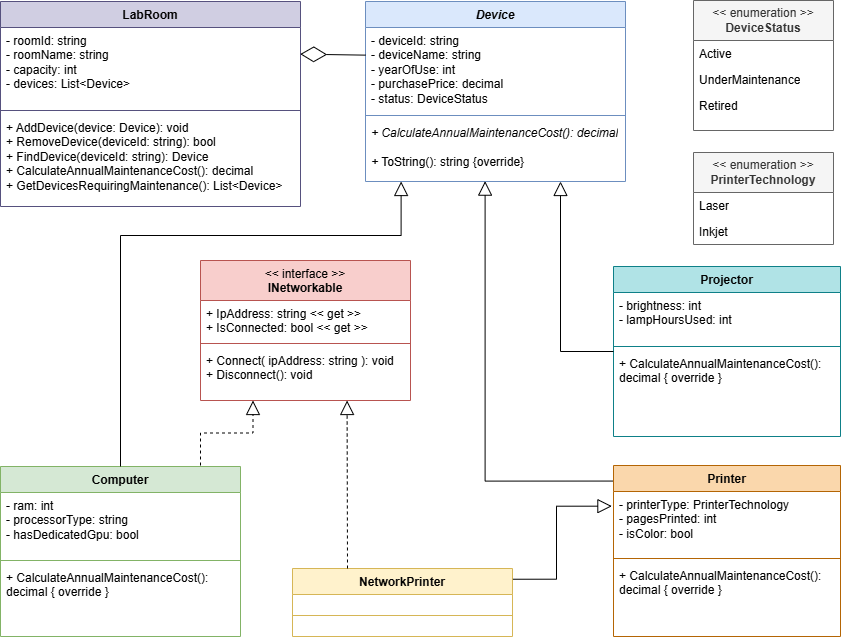
Before: LAB_05/UML/UML.png, a diagram exported from draw.io (Vithx06/OOP_LAB). Source tidied: cells renumbered, new cells last; positions are measured from the earlier drawing's top-left corner, leaving out a move shared by most shapes.
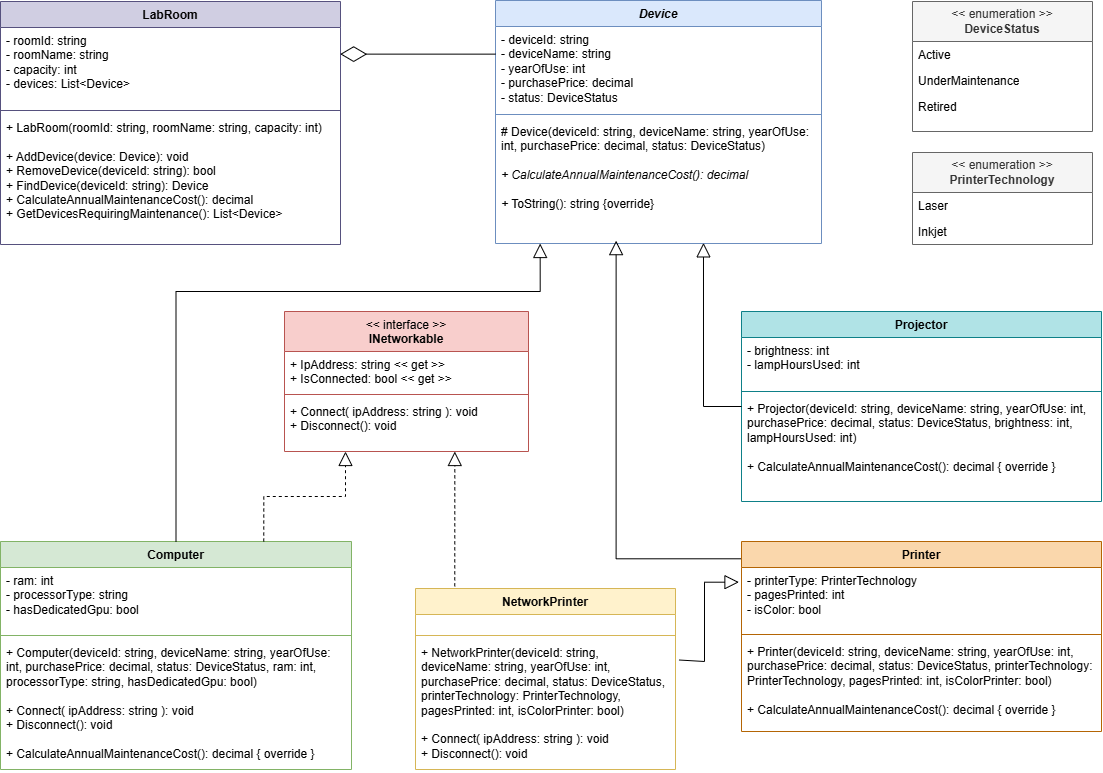
After the change.

Commit message:
Update Computer, LabRoom, Projector classes and UML

Change to the diagram source:
```diff
@@ -3,140 +3,145 @@
     <mxCell id="0" />
     <mxCell id="1" parent="0" />
     <mxCell id="2" value="&lt;i&gt;Device&lt;/i&gt;" style="swimlane;fontStyle=1;align=center;verticalAlign=top;horizontal=1;startSize=26;whiteSpace=wrap;html=1;fillColor=#dae8fc;strokeColor=#6c8ebf;" parent="1" vertex="1">
-      <mxGeometry x="365" y="1" width="260" height="180" as="geometry" />
+      <mxGeometry x="367" y="-76" width="326" height="243" as="geometry" />
     </mxCell>
     <mxCell id="3" value="&lt;div&gt;- deviceId: string&amp;nbsp;&lt;/div&gt;&lt;div&gt;- deviceName: string&amp;nbsp;&lt;/div&gt;&lt;div&gt;- yearOfUse: int&amp;nbsp;&lt;/div&gt;&lt;div&gt;- purchasePrice: decimal&amp;nbsp;&lt;/div&gt;&lt;div&gt;- status: DeviceStatus&amp;nbsp;&lt;/div&gt;" style="text;strokeColor=none;fillColor=none;align=left;verticalAlign=top;spacingLeft=4;spacingRight=4;overflow=hidden;points=[[0,0.5],[1,0.5]];portConstraint=eastwest;whiteSpace=wrap;html=1;" parent="2" vertex="1">
-      <mxGeometry y="26" width="260" height="84" as="geometry" />
+      <mxGeometry y="26" width="326" height="84" as="geometry" />
     </mxCell>
     <mxCell id="4" style="line;strokeWidth=1;fillColor=none;align=left;verticalAlign=middle;spacingTop=-1;spacingLeft=3;spacingRight=3;labelPosition=right;strokeColor=inherit;" parent="2" vertex="1">
-      <mxGeometry y="110" width="260" height="8" as="geometry" />
+      <mxGeometry y="110" width="326" height="8" as="geometry" />
     </mxCell>
-    <mxCell id="5" value="&lt;i&gt;+ CalculateAnnualMaintenanceCost(): decimal&lt;/i&gt;&lt;div&gt;&lt;i&gt;&lt;br&gt;&lt;/i&gt;&lt;/div&gt;&lt;div&gt;&lt;i&gt;+ &lt;/i&gt;ToString(): string {override}&lt;/div&gt;" style="text;strokeColor=none;fillColor=none;align=left;verticalAlign=top;spacingLeft=4;spacingRight=4;overflow=hidden;points=[[0,0.5],[1,0.5]];portConstraint=eastwest;whiteSpace=wrap;html=1;" parent="2" vertex="1">
-      <mxGeometry y="118" width="260" height="62" as="geometry" />
+    <mxCell id="5" value="&lt;div&gt;# Device(deviceId: string, deviceName: string, yearOfUse: int, purchasePrice: decimal, status: DeviceStatus)&lt;/div&gt;&lt;div&gt;&lt;i&gt;&lt;br&gt;&lt;/i&gt;&lt;/div&gt;&lt;i&gt;+ CalculateAnnualMaintenanceCost(): decimal&lt;/i&gt;&lt;div&gt;&lt;i&gt;&lt;br&gt;&lt;/i&gt;&lt;/div&gt;&lt;div&gt;&lt;i&gt;+ &lt;/i&gt;ToString(): string {override}&lt;/div&gt;" style="text;strokeColor=none;fillColor=none;align=left;verticalAlign=top;spacingLeft=4;spacingRight=4;overflow=hidden;points=[[0,0.5],[1,0.5]];portConstraint=eastwest;whiteSpace=wrap;html=1;" parent="2" vertex="1">
+      <mxGeometry y="118" width="326" height="125" as="geometry" />
     </mxCell>
     <mxCell id="6" value="&lt;div&gt;&amp;lt;&amp;lt; enumeration &amp;gt;&amp;gt;&lt;/div&gt;&lt;div&gt;&lt;b&gt;DeviceStatus&lt;/b&gt;&lt;/div&gt;" style="swimlane;fontStyle=0;horizontal=1;startSize=40;fillColor=#f5f5f5;whiteSpace=wrap;html=1;fontColor=#333333;strokeColor=#666666;" parent="1" vertex="1">
-      <mxGeometry x="693" width="140" height="130" as="geometry" />
+      <mxGeometry x="784" y="-75" width="180" height="130" as="geometry" />
     </mxCell>
     <mxCell id="7" value="Active" style="text;strokeColor=none;fillColor=none;align=left;verticalAlign=top;spacingLeft=4;spacingRight=4;overflow=hidden;whiteSpace=wrap;html=1;" parent="6" vertex="1">
-      <mxGeometry y="40" width="140" height="26" as="geometry" />
+      <mxGeometry y="40" width="180" height="26" as="geometry" />
     </mxCell>
     <mxCell id="8" value="UnderMaintenance" style="text;strokeColor=none;fillColor=none;align=left;verticalAlign=top;spacingLeft=4;spacingRight=4;overflow=hidden;whiteSpace=wrap;html=1;" parent="6" vertex="1">
-      <mxGeometry y="66" width="140" height="26" as="geometry" />
+      <mxGeometry y="66" width="180" height="26" as="geometry" />
     </mxCell>
     <mxCell id="9" value="Retired" style="text;strokeColor=none;fillColor=none;align=left;verticalAlign=top;spacingLeft=4;spacingRight=4;overflow=hidden;whiteSpace=wrap;html=1;" parent="6" vertex="1">
-      <mxGeometry y="92" width="140" height="38" as="geometry" />
+      <mxGeometry y="92" width="180" height="38" as="geometry" />
     </mxCell>
     <mxCell id="10" value="Computer" style="swimlane;fontStyle=1;align=center;verticalAlign=top;horizontal=1;startSize=26;whiteSpace=wrap;html=1;fillColor=#d5e8d4;strokeColor=#82b366;" parent="1" vertex="1">
-      <mxGeometry y="466" width="240" height="170" as="geometry" />
+      <mxGeometry x="-128" y="465" width="351" height="228" as="geometry" />
     </mxCell>
     <mxCell id="11" value="&lt;div&gt;- ram: int&amp;nbsp;&lt;/div&gt;&lt;div&gt;- processorType: string&amp;nbsp;&lt;/div&gt;&lt;div&gt;- hasDedicatedGpu: bool&amp;nbsp;&lt;/div&gt;" style="text;strokeColor=none;fillColor=none;align=left;verticalAlign=top;spacingLeft=4;spacingRight=4;overflow=hidden;whiteSpace=wrap;html=1;" parent="10" vertex="1">
-      <mxGeometry y="26" width="240" height="64" as="geometry" />
+      <mxGeometry y="26" width="351" height="64" as="geometry" />
     </mxCell>
     <mxCell id="12" style="line;strokeWidth=1;fillColor=none;align=left;verticalAlign=middle;spacingTop=-1;spacingLeft=3;spacingRight=3;labelPosition=right;strokeColor=inherit;" parent="10" vertex="1">
-      <mxGeometry y="90" width="240" height="8" as="geometry" />
+      <mxGeometry y="90" width="351" height="8" as="geometry" />
     </mxCell>
-    <mxCell id="13" value="+&amp;nbsp;CalculateAnnualMaintenanceCost(): decimal { override }" style="text;strokeColor=none;fillColor=none;align=left;verticalAlign=top;spacingLeft=4;spacingRight=4;overflow=hidden;whiteSpace=wrap;html=1;" parent="10" vertex="1">
-      <mxGeometry y="98" width="240" height="72" as="geometry" />
+    <mxCell id="13" value="&lt;div&gt;+ Computer(deviceId: string, deviceName: string, yearOfUse: int, purchasePrice: decimal, status: DeviceStatus, ram: int, processorType: string, hasDedicatedGpu: bool)&lt;/div&gt;&lt;div&gt;&lt;br&gt;&lt;/div&gt;&lt;div&gt;+ Connect( ipAddress: string ): void&lt;div&gt;+ Disconnect(): void&lt;/div&gt;&lt;/div&gt;&lt;div&gt;&lt;br&gt;&lt;/div&gt;+&amp;nbsp;CalculateAnnualMaintenanceCost(): decimal { override }" style="text;strokeColor=none;fillColor=none;align=left;verticalAlign=top;spacingLeft=4;spacingRight=4;overflow=hidden;whiteSpace=wrap;html=1;" parent="10" vertex="1">
+      <mxGeometry y="98" width="351" height="130" as="geometry" />
     </mxCell>
     <mxCell id="14" value="&lt;div&gt;&amp;lt;&amp;lt; enumeration &amp;gt;&amp;gt;&lt;/div&gt;&lt;div&gt;&lt;b&gt;PrinterTechnology&lt;/b&gt;&lt;/div&gt;" style="swimlane;fontStyle=0;horizontal=1;startSize=40;fillColor=#f5f5f5;whiteSpace=wrap;html=1;fontColor=#333333;strokeColor=#666666;" parent="1" vertex="1">
-      <mxGeometry x="693" y="152" width="140" height="92" as="geometry" />
+      <mxGeometry x="784" y="76" width="180" height="92" as="geometry" />
     </mxCell>
     <mxCell id="15" value="Laser" style="text;strokeColor=none;fillColor=none;align=left;verticalAlign=top;spacingLeft=4;spacingRight=4;overflow=hidden;whiteSpace=wrap;html=1;" parent="14" vertex="1">
-      <mxGeometry y="40" width="140" height="26" as="geometry" />
+      <mxGeometry y="40" width="180" height="26" as="geometry" />
     </mxCell>
     <mxCell id="16" value="Inkjet" style="text;strokeColor=none;fillColor=none;align=left;verticalAlign=top;spacingLeft=4;spacingRight=4;overflow=hidden;whiteSpace=wrap;html=1;" parent="14" vertex="1">
-      <mxGeometry y="66" width="140" height="26" as="geometry" />
+      <mxGeometry y="66" width="180" height="26" as="geometry" />
     </mxCell>
     <mxCell id="17" value="Projector" style="swimlane;fontStyle=1;align=center;verticalAlign=top;horizontal=1;startSize=26;whiteSpace=wrap;html=1;fillColor=#b0e3e6;strokeColor=#0e8088;" parent="1" vertex="1">
-      <mxGeometry x="613" y="266" width="227" height="170" as="geometry" />
+      <mxGeometry x="613" y="235" width="360" height="190" as="geometry" />
     </mxCell>
     <mxCell id="18" value="&lt;div&gt;- brightness: int&lt;/div&gt;&lt;div&gt;- lampHoursUsed: int&lt;/div&gt;" style="text;strokeColor=none;fillColor=none;align=left;verticalAlign=top;spacingLeft=4;spacingRight=4;overflow=hidden;whiteSpace=wrap;html=1;" parent="17" vertex="1">
-      <mxGeometry y="26" width="227" height="50" as="geometry" />
+      <mxGeometry y="26" width="360" height="50" as="geometry" />
     </mxCell>
     <mxCell id="19" style="line;strokeWidth=1;fillColor=none;align=left;verticalAlign=middle;spacingTop=-1;spacingLeft=3;spacingRight=3;labelPosition=right;strokeColor=inherit;" parent="17" vertex="1">
-      <mxGeometry y="76" width="227" height="8" as="geometry" />
+      <mxGeometry y="76" width="360" height="8" as="geometry" />
     </mxCell>
-    <mxCell id="20" value="+ CalculateAnnualMaintenanceCost(): decimal { override }" style="text;strokeColor=none;fillColor=none;align=left;verticalAlign=top;spacingLeft=4;spacingRight=4;overflow=hidden;whiteSpace=wrap;html=1;" parent="17" vertex="1">
-      <mxGeometry y="84" width="227" height="86" as="geometry" />
+    <mxCell id="20" value="&lt;div&gt;+ Projector(deviceId: string, deviceName: string, yearOfUse: int, purchasePrice: decimal, status: DeviceStatus, brightness: int, lampHoursUsed: int)&lt;/div&gt;&lt;div&gt;&lt;br&gt;&lt;/div&gt;+ CalculateAnnualMaintenanceCost(): decimal { override }" style="text;strokeColor=none;fillColor=none;align=left;verticalAlign=top;spacingLeft=4;spacingRight=4;overflow=hidden;whiteSpace=wrap;html=1;" parent="17" vertex="1">
+      <mxGeometry y="84" width="360" height="106" as="geometry" />
     </mxCell>
-    <mxCell id="21" style="endArrow=block;endFill=0;endSize=12;html=1;rounded=0;exitX=0;exitY=0.091;exitDx=0;exitDy=0;entryX=0.46;entryY=0.994;entryDx=0;entryDy=0;entryPerimeter=0;edgeStyle=orthogonalEdgeStyle;exitPerimeter=0;" parent="1" edge="1" source="27" target="5">
-      <mxGeometry x="-0.06" relative="1" as="geometry" />
+    <mxCell id="21" style="endArrow=block;endFill=0;endSize=12;html=1;rounded=0;exitX=0;exitY=0.091;exitDx=0;exitDy=0;edgeStyle=orthogonalEdgeStyle;exitPerimeter=0;" parent="1" edge="1" source="27">
+      <mxGeometry x="-0.07" relative="1" as="geometry">
+        <mxPoint x="487.6" y="164.1" as="targetPoint" />
+        <Array as="points">
+          <mxPoint x="487.6" y="482.3" />
+        </Array>
+      </mxGeometry>
     </mxCell>
     <mxCell id="22" value="LabRoom" style="swimlane;fontStyle=1;align=center;verticalAlign=top;horizontal=1;startSize=26;whiteSpace=wrap;html=1;fillColor=#d0cee2;strokeColor=#56517e;" parent="1" vertex="1">
-      <mxGeometry y="1" width="300" height="205" as="geometry" />
+      <mxGeometry x="-128" y="-75" width="340" height="243" as="geometry" />
     </mxCell>
     <mxCell id="23" value="&lt;div&gt;- roomId: string&amp;nbsp;&lt;/div&gt;&lt;div&gt;- roomName: string&amp;nbsp;&lt;/div&gt;&lt;div&gt;- capacity: int&amp;nbsp;&lt;/div&gt;&lt;div&gt;- devices: List&amp;lt;Device&amp;gt;&amp;nbsp;&lt;/div&gt;" style="text;strokeColor=none;fillColor=none;align=left;verticalAlign=top;spacingLeft=4;spacingRight=4;overflow=hidden;points=[[0,0.5],[1,0.5]];portConstraint=eastwest;whiteSpace=wrap;html=1;" parent="22" vertex="1">
-      <mxGeometry y="26" width="300" height="79" as="geometry" />
+      <mxGeometry y="26" width="340" height="79" as="geometry" />
     </mxCell>
     <mxCell id="24" style="line;strokeWidth=1;fillColor=none;align=left;verticalAlign=middle;spacingTop=-1;spacingLeft=3;spacingRight=3;labelPosition=right;strokeColor=inherit;" parent="22" vertex="1">
-      <mxGeometry y="105" width="300" height="8" as="geometry" />
+      <mxGeometry y="105" width="340" height="8" as="geometry" />
     </mxCell>
-    <mxCell id="25" value="+ AddDevice(device: Device): void&lt;div&gt;+ RemoveDevice(deviceId: string): bool&lt;/div&gt;&lt;div&gt;+ FindDevice(deviceId: string): Device&lt;/div&gt;&lt;div&gt;+ CalculateAnnualMaintenanceCost(): decimal&lt;/div&gt;&lt;div&gt;+ GetDevicesRequiringMaintenance(): List&amp;lt;Device&amp;gt;&lt;/div&gt;" style="text;strokeColor=none;fillColor=none;align=left;verticalAlign=top;spacingLeft=4;spacingRight=4;overflow=hidden;whiteSpace=wrap;html=1;" parent="22" vertex="1">
-      <mxGeometry y="113" width="300" height="92" as="geometry" />
+    <mxCell id="25" value="&lt;div&gt;+ LabRoom(roomId: string, roomName: string, capacity: int)&lt;/div&gt;&lt;div&gt;&lt;br&gt;&lt;/div&gt;+ AddDevice(device: Device): void&lt;div&gt;+ RemoveDevice(deviceId: string): bool&lt;/div&gt;&lt;div&gt;+ FindDevice(deviceId: string): Device&lt;/div&gt;&lt;div&gt;+ CalculateAnnualMaintenanceCost(): decimal&lt;/div&gt;&lt;div&gt;+ GetDevicesRequiringMaintenance(): List&amp;lt;Device&amp;gt;&lt;/div&gt;" style="text;strokeColor=none;fillColor=none;align=left;verticalAlign=top;spacingLeft=4;spacingRight=4;overflow=hidden;whiteSpace=wrap;html=1;" parent="22" vertex="1">
+      <mxGeometry y="113" width="340" height="130" as="geometry" />
     </mxCell>
     <mxCell id="26" style="endArrow=diamondThin;endFill=0;endSize=24;html=1;rounded=0;exitX=0;exitY=0.329;exitDx=0;exitDy=0;entryX=0.999;entryY=0.337;entryDx=0;entryDy=0;exitPerimeter=0;entryPerimeter=0;" parent="1" edge="1" source="3" target="23">
       <mxGeometry relative="1" as="geometry" />
     </mxCell>
     <mxCell id="27" value="Printer" style="swimlane;fontStyle=1;align=center;verticalAlign=top;horizontal=1;startSize=26;whiteSpace=wrap;html=1;fillColor=#fad7ac;strokeColor=#b46504;" parent="1" vertex="1">
-      <mxGeometry x="613" y="465" width="227" height="171" as="geometry" />
+      <mxGeometry x="613" y="465" width="360" height="190" as="geometry" />
     </mxCell>
     <mxCell id="28" value="&lt;div&gt;- printerType: PrinterTechnology&amp;nbsp;&lt;/div&gt;&lt;div&gt;- pagesPrinted: int&amp;nbsp;&lt;/div&gt;&lt;div&gt;- isColor: bool&amp;nbsp;&lt;/div&gt;" style="text;strokeColor=none;fillColor=none;align=left;verticalAlign=top;spacingLeft=4;spacingRight=4;overflow=hidden;points=[[0,0.5],[1,0.5]];portConstraint=eastwest;whiteSpace=wrap;html=1;" parent="27" vertex="1">
-      <mxGeometry y="26" width="227" height="63" as="geometry" />
+      <mxGeometry y="26" width="360" height="63" as="geometry" />
     </mxCell>
     <mxCell id="29" style="line;strokeWidth=1;fillColor=none;align=left;verticalAlign=middle;spacingTop=-1;spacingLeft=3;spacingRight=3;labelPosition=right;strokeColor=inherit;" parent="27" vertex="1">
-      <mxGeometry y="89" width="227" height="8" as="geometry" />
+      <mxGeometry y="89" width="360" height="8" as="geometry" />
     </mxCell>
-    <mxCell id="30" value="+ CalculateAnnualMaintenanceCost(): decimal { override }" style="text;strokeColor=none;fillColor=none;align=left;verticalAlign=top;spacingLeft=4;spacingRight=4;overflow=hidden;whiteSpace=wrap;html=1;" parent="27" vertex="1">
-      <mxGeometry y="97" width="227" height="74" as="geometry" />
+    <mxCell id="30" value="&lt;div&gt;+ Printer(deviceId: string, deviceName: string, yearOfUse: int, purchasePrice: decimal, status: DeviceStatus, printerTechnology: PrinterTechnology, pagesPrinted: int, isColorPrinter: bool)&lt;/div&gt;&lt;div&gt;&lt;br&gt;&lt;/div&gt;+ CalculateAnnualMaintenanceCost(): decimal { override }" style="text;strokeColor=none;fillColor=none;align=left;verticalAlign=top;spacingLeft=4;spacingRight=4;overflow=hidden;whiteSpace=wrap;html=1;" parent="27" vertex="1">
+      <mxGeometry y="97" width="360" height="93" as="geometry" />
     </mxCell>
-    <mxCell id="31" style="endArrow=block;dashed=1;endFill=0;endSize=12;html=1;rounded=0;entryX=0.25;entryY=1;entryDx=0;entryDy=0;edgeStyle=orthogonalEdgeStyle;" parent="1" edge="1" target="32">
-      <mxGeometry x="-0.08" relative="1" as="geometry">
-        <mxPoint x="200" y="465" as="sourcePoint" />
-      </mxGeometry>
+    <mxCell id="31" style="endArrow=block;dashed=1;endFill=0;endSize=12;html=1;rounded=0;entryX=0.25;entryY=1;entryDx=0;entryDy=0;edgeStyle=orthogonalEdgeStyle;exitX=0.75;exitY=0;exitDx=0;exitDy=0;" parent="1" edge="1" source="10" target="32">
+      <mxGeometry x="-0.08" relative="1" as="geometry" />
     </mxCell>
     <mxCell id="32" value="&lt;span style=&quot;font-weight: normal;&quot;&gt;&amp;lt;&amp;lt; interface &amp;gt;&amp;gt;&lt;/span&gt;&lt;div&gt;INetworkable&lt;br&gt;&lt;div&gt;&lt;br&gt;&lt;/div&gt;&lt;/div&gt;" style="swimlane;fontStyle=1;align=center;verticalAlign=top;horizontal=1;startSize=40;whiteSpace=wrap;html=1;fillColor=#f8cecc;strokeColor=#b85450;" parent="1" vertex="1">
-      <mxGeometry x="200" y="260" width="210" height="140" as="geometry" />
+      <mxGeometry x="156" y="235" width="244" height="140" as="geometry" />
     </mxCell>
     <mxCell id="33" value="+ IpAddress: string &amp;lt;&amp;lt; get &amp;gt;&amp;gt;&lt;div&gt;+ IsConnected: bool &amp;lt;&amp;lt; get &amp;gt;&amp;gt;&lt;br&gt;&lt;div&gt;&lt;br&gt;&lt;/div&gt;&lt;/div&gt;" style="text;strokeColor=none;fillColor=none;align=left;verticalAlign=top;spacingLeft=4;spacingRight=4;overflow=hidden;whiteSpace=wrap;html=1;" parent="32" vertex="1">
-      <mxGeometry y="40" width="210" height="39" as="geometry" />
+      <mxGeometry y="40" width="244" height="39" as="geometry" />
     </mxCell>
     <mxCell id="34" style="line;strokeWidth=1;fillColor=none;align=left;verticalAlign=middle;spacingTop=-1;spacingLeft=3;spacingRight=3;labelPosition=right;strokeColor=inherit;" parent="32" vertex="1">
-      <mxGeometry y="79" width="210" height="8" as="geometry" />
+      <mxGeometry y="79" width="244" height="8" as="geometry" />
     </mxCell>
     <mxCell id="35" value="+ Connect( ipAddress: string ): void&lt;div&gt;+ Disconnect(): void&lt;/div&gt;" style="text;strokeColor=none;fillColor=none;align=left;verticalAlign=top;spacingLeft=4;spacingRight=4;overflow=hidden;points=[[0,0.5],[1,0.5]];portConstraint=eastwest;whiteSpace=wrap;html=1;" parent="32" vertex="1">
-      <mxGeometry y="87" width="210" height="53" as="geometry" />
+      <mxGeometry y="87" width="244" height="53" as="geometry" />
     </mxCell>
-    <mxCell id="36" style="endArrow=block;endFill=0;endSize=12;html=1;rounded=0;exitX=0;exitY=0.5;exitDx=0;exitDy=0;entryX=0.75;entryY=1;entryDx=0;entryDy=0;edgeStyle=orthogonalEdgeStyle;" parent="1" edge="1" source="17" target="2">
+    <mxCell id="36" style="endArrow=block;endFill=0;endSize=12;html=1;rounded=0;exitX=0;exitY=0.5;exitDx=0;exitDy=0;entryX=0.638;entryY=0.995;entryDx=0;entryDy=0;edgeStyle=orthogonalEdgeStyle;entryPerimeter=0;" parent="1" edge="1" source="17" target="5">
       <mxGeometry x="0.36" relative="1" as="geometry" />
     </mxCell>
-    <mxCell id="37" style="endArrow=block;endFill=0;endSize=12;html=1;rounded=0;exitX=0.5;exitY=0;exitDx=0;exitDy=0;entryX=0.137;entryY=1;entryDx=0;entryDy=0;entryPerimeter=0;edgeStyle=orthogonalEdgeStyle;" parent="1" edge="1" source="10" target="5">
-      <mxGeometry x="-0.03" relative="1" as="geometry">
+    <mxCell id="37" style="endArrow=block;endFill=0;endSize=12;html=1;rounded=0;entryX=0.137;entryY=1;entryDx=0;entryDy=0;entryPerimeter=0;edgeStyle=orthogonalEdgeStyle;exitX=0.5;exitY=0;exitDx=0;exitDy=0;" parent="1" edge="1" source="10" target="5">
+      <mxGeometry x="-0.12" relative="1" as="geometry">
         <Array as="points">
-          <mxPoint x="120" y="235" />
-          <mxPoint x="400.6" y="235" />
+          <mxPoint x="47.5" y="215" />
+          <mxPoint x="411.7" y="215" />
         </Array>
       </mxGeometry>
     </mxCell>
     <mxCell id="38" value="NetworkPrinter" style="swimlane;fontStyle=1;align=center;verticalAlign=top;horizontal=1;startSize=26;whiteSpace=wrap;html=1;fillColor=#fff2cc;strokeColor=#d6b656;" parent="1" vertex="1">
-      <mxGeometry x="292" y="568" width="220" height="68" as="geometry" />
+      <mxGeometry x="287" y="512" width="260" height="181" as="geometry" />
     </mxCell>
     <mxCell id="39" value="&amp;nbsp;" style="text;strokeColor=none;fillColor=none;align=left;verticalAlign=top;spacingLeft=4;spacingRight=4;overflow=hidden;whiteSpace=wrap;html=1;" parent="38" vertex="1">
-      <mxGeometry y="26" width="220" height="17" as="geometry" />
+      <mxGeometry y="26" width="260" height="17" as="geometry" />
     </mxCell>
     <mxCell id="40" style="line;strokeWidth=1;fillColor=none;align=left;verticalAlign=middle;spacingTop=-1;spacingLeft=3;spacingRight=3;labelPosition=right;strokeColor=inherit;" parent="38" vertex="1">
-      <mxGeometry y="43" width="220" height="8" as="geometry" />
+      <mxGeometry y="43" width="260" height="8" as="geometry" />
     </mxCell>
-    <mxCell id="41" value="&amp;nbsp;" style="text;strokeColor=none;fillColor=none;align=left;verticalAlign=top;spacingLeft=4;spacingRight=4;overflow=hidden;whiteSpace=wrap;html=1;" parent="38" vertex="1">
-      <mxGeometry y="51" width="220" height="17" as="geometry" />
+    <mxCell id="41" value="+ NetworkPrinter(deviceId: string, deviceName: string, yearOfUse: int, purchasePrice: decimal, status: DeviceStatus, printerTechnology: PrinterTechnology, pagesPrinted: int, isColorPrinter: bool)&lt;div&gt;&lt;br&gt;&lt;/div&gt;&lt;div&gt;&lt;div&gt;+ Connect( ipAddress: string ): void&lt;div&gt;+ Disconnect(): void&lt;/div&gt;&lt;/div&gt;&lt;div&gt;&lt;br&gt;&lt;/div&gt;&lt;/div&gt;" style="text;strokeColor=none;fillColor=none;align=left;verticalAlign=top;spacingLeft=4;spacingRight=4;overflow=hidden;whiteSpace=wrap;html=1;" parent="38" vertex="1">
+      <mxGeometry y="51" width="260" height="130" as="geometry" />
     </mxCell>
-    <mxCell id="42" style="endArrow=block;dashed=1;endFill=0;endSize=12;html=1;rounded=0;exitX=0.25;exitY=0;exitDx=0;exitDy=0;entryX=0.698;entryY=1;entryDx=0;entryDy=0;entryPerimeter=0;" parent="1" edge="1" source="38" target="35">
+    <mxCell id="42" style="endArrow=block;dashed=1;endFill=0;endSize=12;html=1;rounded=0;exitX=0.151;exitY=-0.012;exitDx=0;exitDy=0;entryX=0.698;entryY=1;entryDx=0;entryDy=0;entryPerimeter=0;exitPerimeter=0;" parent="1" edge="1" source="38" target="35">
       <mxGeometry x="0.07" relative="1" as="geometry" />
     </mxCell>
-    <mxCell id="43" style="endArrow=block;endFill=0;endSize=12;html=1;rounded=0;exitX=1.002;exitY=0.158;exitDx=0;exitDy=0;entryX=-0.007;entryY=0.233;entryDx=0;entryDy=0;entryPerimeter=0;exitPerimeter=0;edgeStyle=orthogonalEdgeStyle;" parent="1" edge="1" source="38" target="28">
-      <mxGeometry relative="1" as="geometry">
+    <mxCell id="43" style="endArrow=block;endFill=0;endSize=12;html=1;rounded=0;entryX=-0.007;entryY=0.233;entryDx=0;entryDy=0;entryPerimeter=0;edgeStyle=orthogonalEdgeStyle;" parent="1" edge="1" target="28">
+      <mxGeometry x="-0.25" relative="1" as="geometry">
+        <mxPoint x="550.5" y="583.5" as="sourcePoint" />
         <Array as="points">
-          <mxPoint x="556" y="578.7" />
-          <mxPoint x="556" y="505.7" />
+          <mxPoint x="550.5" y="585" />
+          <mxPoint x="576" y="585" />
+          <mxPoint x="576" y="505.7" />
         </Array>
       </mxGeometry>
     </mxCell>
```
